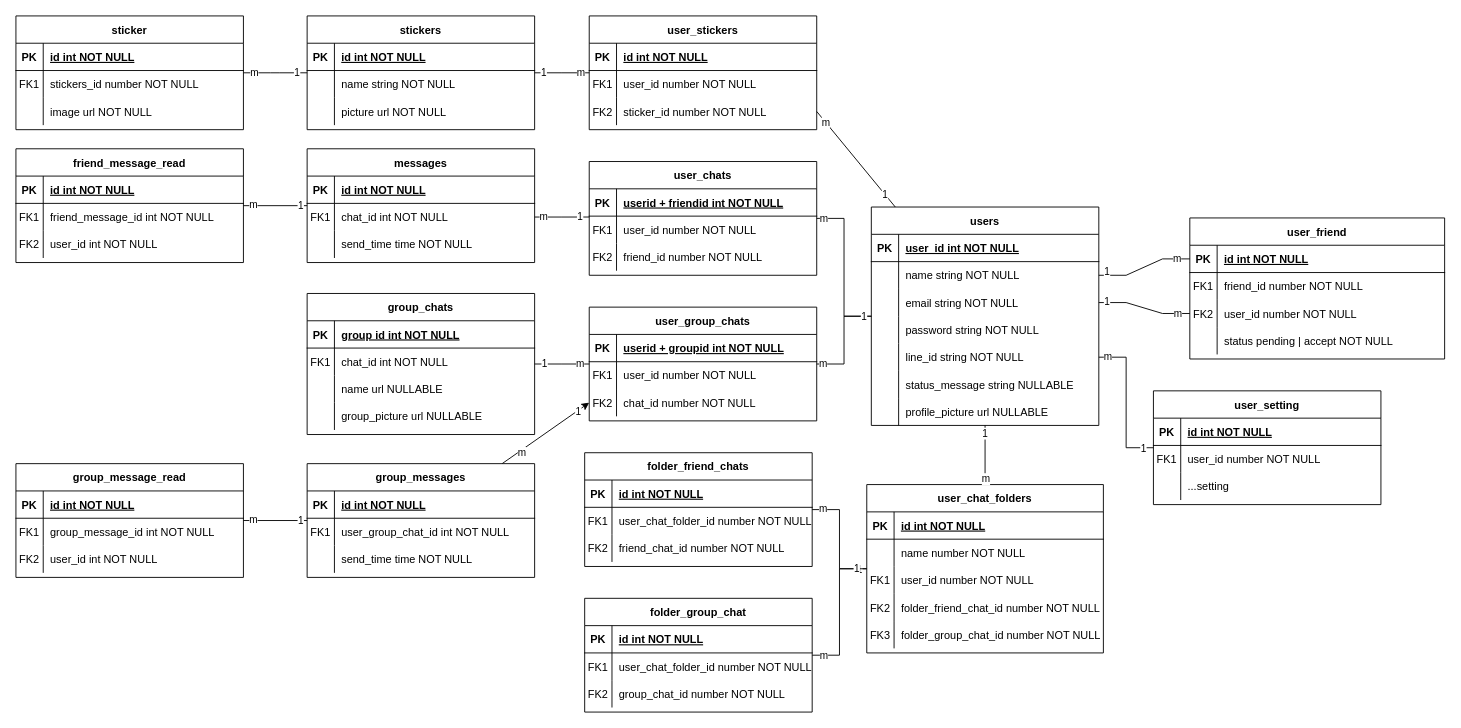
Before: diagram/ER_diagram.drawio in MeowKyWay/LINE-Clone, a draw.io diagram. Source tidied: cells renumbered, new cells numbered last; positions are measured from the earlier drawing's top-left corner, leaving out a move shared by most shapes. Both pictures are drawn from the tidied source at 91%, with x=0, y=0 at pixel (15, 15).
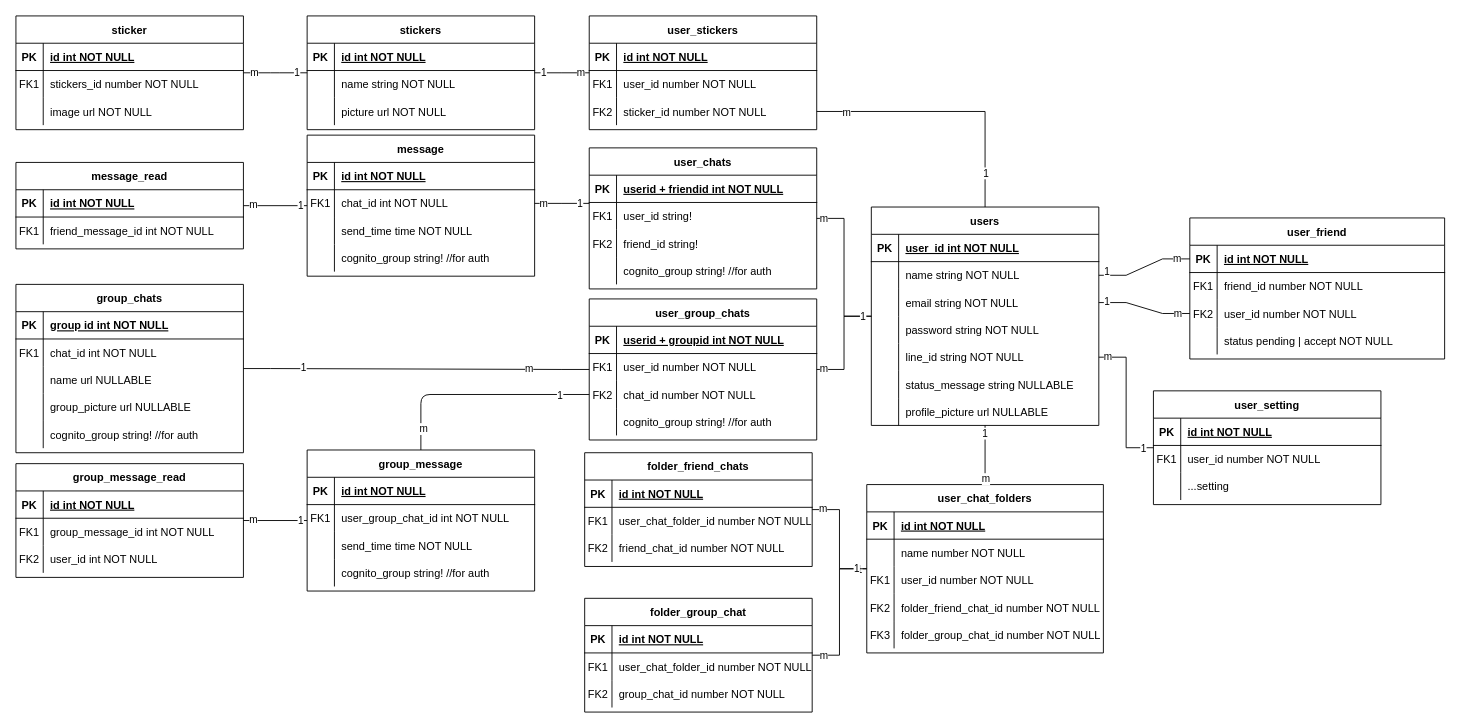
The same page after the edit.

The change refers to these unchanged cells:
```xml
<mxCell id="12" value="users" style="shape=table;startSize=30;childLayout=tableLayout;rowLines=0;fontStyle=1;align=center;" parent="1" vertex="1">
  <mxGeometry x="940" y="210" width="250" height="240" as="geometry" />
</mxCell>
<mxCell id="38" style="shape=partialRectangle;fillColor=none;points=[[0,0.5],[1,0.5]];portConstraint=eastwest;top=0;left=0;right=0;bottom=0;" parent="34" vertex="1">
  <mxGeometry y="60" width="250" height="30" as="geometry" />
</mxCell>
<mxCell id="41" style="shape=partialRectangle;fillColor=none;top=0;left=0;right=0;bottom=0;" parent="34" vertex="1">
  <mxGeometry y="90" width="250" height="30" as="geometry" />
</mxCell>
<mxCell id="53" style="shape=partialRectangle;fillColor=none;points=[[0,0.5],[1,0.5]];portConstraint=eastwest;top=0;left=0;right=0;bottom=0;" parent="46" vertex="1">
  <mxGeometry y="90" width="250" height="30" as="geometry" />
</mxCell>
<mxCell id="192" style="shape=partialRectangle;fillColor=none;points=[[0,0.5],[1,0.5]];portConstraint=eastwest;top=0;left=0;right=0;bottom=0;" parent="185" vertex="1">
  <mxGeometry y="90" width="250" height="30" as="geometry" />
</mxCell>
```

Change to the diagram source:
```diff
@@
-    <mxCell id="2" value="messages" style="shape=table;startSize=30;childLayout=tableLayout;rowLines=0;fontStyle=1;align=center;" parent="1" vertex="1">
-      <mxGeometry x="320" y="146" width="250" height="125" as="geometry" />
+    <mxCell id="2" value="message" style="shape=table;startSize=30;childLayout=tableLayout;rowLines=0;fontStyle=1;align=center;" parent="1" vertex="1">
+      <mxGeometry x="320" y="131" width="250" height="155" as="geometry" />
     </mxCell>
@@
+    <mxCell id="233" style="shape=partialRectangle;fillColor=none;top=0;left=0;right=0;bottom=0;" parent="2" vertex="1">
+      <mxGeometry y="120" width="250" height="30" as="geometry" />
+    </mxCell>
+    <mxCell id="234" style="shape=partialRectangle;overflow=hidden;fillColor=none;top=0;left=0;bottom=0;right=0;" parent="233" vertex="1">
+      <mxGeometry width="30" height="30" as="geometry" />
+    </mxCell>
+    <mxCell id="235" value="cognito_group string! //for auth" style="shape=partialRectangle;overflow=hidden;fillColor=none;top=0;left=0;bottom=0;right=0;align=left;spacingLeft=6;" parent="233" vertex="1">
+      <mxGeometry x="30" width="220" height="30" as="geometry" />
+    </mxCell>
@@
     <mxCell id="34" value="user_chats" style="shape=table;startSize=30;childLayout=tableLayout;rowLines=0;fontStyle=1;align=center;" parent="1" vertex="1">
-      <mxGeometry x="630" y="160" width="250" height="125" as="geometry" />
+      <mxGeometry x="630" y="145" width="250" height="155" as="geometry" />
     </mxCell>
@@
-    <mxCell id="40" value="user_id number NOT NULL" style="shape=partialRectangle;overflow=hidden;fillColor=none;top=0;left=0;bottom=0;right=0;align=left;spacingLeft=6;" parent="38" vertex="1">
+    <mxCell id="40" value="user_id string!" style="shape=partialRectangle;overflow=hidden;fillColor=none;top=0;left=0;bottom=0;right=0;align=left;spacingLeft=6;" parent="38" vertex="1">
       <mxGeometry x="30" width="220" height="30" as="geometry" />
     </mxCell>
@@
-    <mxCell id="43" value="friend_id number NOT NULL" style="shape=partialRectangle;overflow=hidden;fillColor=none;top=0;left=0;bottom=0;right=0;align=left;spacingLeft=6;" parent="41" vertex="1">
+    <mxCell id="43" value="friend_id string!" style="shape=partialRectangle;overflow=hidden;fillColor=none;top=0;left=0;bottom=0;right=0;align=left;spacingLeft=6;" parent="41" vertex="1">
       <mxGeometry x="30" width="220" height="30" as="geometry" />
     </mxCell>
+    <mxCell id="236" style="shape=partialRectangle;fillColor=none;top=0;left=0;right=0;bottom=0;" parent="34" vertex="1">
+      <mxGeometry y="120" width="250" height="30" as="geometry" />
+    </mxCell>
+    <mxCell id="237" style="shape=partialRectangle;overflow=hidden;fillColor=none;top=0;left=0;bottom=0;right=0;" parent="236" vertex="1">
+      <mxGeometry width="30" height="30" as="geometry" />
+    </mxCell>
+    <mxCell id="238" value="cognito_group string! //for auth" style="shape=partialRectangle;overflow=hidden;fillColor=none;top=0;left=0;bottom=0;right=0;align=left;spacingLeft=6;" parent="236" vertex="1">
+      <mxGeometry x="30" width="220" height="30" as="geometry" />
+    </mxCell>
@@
     <mxCell id="46" value="user_group_chats" style="shape=table;startSize=30;childLayout=tableLayout;rowLines=0;fontStyle=1;align=center;" parent="1" vertex="1">
-      <mxGeometry x="630" y="320" width="250" height="125" as="geometry" />
+      <mxGeometry x="630" y="311" width="250" height="155" as="geometry" />
     </mxCell>
@@
+    <mxCell id="239" style="shape=partialRectangle;fillColor=none;top=0;left=0;right=0;bottom=0;" parent="46" vertex="1">
+      <mxGeometry y="120" width="250" height="30" as="geometry" />
+    </mxCell>
+    <mxCell id="240" style="shape=partialRectangle;overflow=hidden;fillColor=none;top=0;left=0;bottom=0;right=0;" parent="239" vertex="1">
+      <mxGeometry width="30" height="30" as="geometry" />
+    </mxCell>
+    <mxCell id="241" value="cognito_group string! //for auth" style="shape=partialRectangle;overflow=hidden;fillColor=none;top=0;left=0;bottom=0;right=0;align=left;spacingLeft=6;" parent="239" vertex="1">
+      <mxGeometry x="30" width="220" height="30" as="geometry" />
+    </mxCell>
@@
     <mxCell id="59" value="group_chats" style="shape=table;startSize=30;childLayout=tableLayout;rowLines=0;fontStyle=1;align=center;" parent="1" vertex="1">
-      <mxGeometry x="320" y="305" width="250" height="155" as="geometry" />
+      <mxGeometry y="295" width="250" height="185" as="geometry" />
     </mxCell>
@@
+    <mxCell id="242" style="shape=partialRectangle;fillColor=none;top=0;left=0;right=0;bottom=0;" parent="59" vertex="1">
+      <mxGeometry y="150" width="250" height="30" as="geometry" />
+    </mxCell>
+    <mxCell id="243" style="shape=partialRectangle;overflow=hidden;fillColor=none;top=0;left=0;bottom=0;right=0;" parent="242" vertex="1">
+      <mxGeometry width="30" height="30" as="geometry" />
+    </mxCell>
+    <mxCell id="244" value="cognito_group string! //for auth" style="shape=partialRectangle;overflow=hidden;fillColor=none;top=0;left=0;bottom=0;right=0;align=left;spacingLeft=6;" parent="242" vertex="1">
+      <mxGeometry x="30" width="220" height="30" as="geometry" />
+    </mxCell>
-    <mxCell id="72" style="edgeStyle=none;html=1;entryX=0;entryY=0.5;entryDx=0;entryDy=0;" parent="1" edge="1" source="75" target="53">
-      <mxGeometry relative="1" as="geometry" />
+    <mxCell id="72" style="edgeStyle=none;html=1;entryX=0;entryY=0.5;entryDx=0;entryDy=0;endArrow=none;endFill=0;" parent="1" edge="1" source="75" target="53">
+      <mxGeometry relative="1" as="geometry">
+        <Array as="points">
+          <mxPoint x="445" y="416" />
+        </Array>
+      </mxGeometry>
     </mxCell>
     <mxCell id="73" value="m" style="edgeLabel;html=1;align=center;verticalAlign=middle;" parent="72" vertex="1">
-      <mxGeometry x="-0.59" y="-2" relative="1" as="geometry" />
+      <mxGeometry x="-0.59" y="-2" relative="1" as="geometry">
+        <mxPoint y="26" as="offset" />
+      </mxGeometry>
     </mxCell>
@@
-    <mxCell id="75" value="group_messages" style="shape=table;startSize=30;childLayout=tableLayout;rowLines=0;fontStyle=1;align=center;" parent="1" vertex="1">
-      <mxGeometry x="320" y="492" width="250" height="125" as="geometry" />
+    <mxCell id="75" value="group_message" style="shape=table;startSize=30;childLayout=tableLayout;rowLines=0;fontStyle=1;align=center;" parent="1" vertex="1">
+      <mxGeometry x="320" y="477" width="250" height="155" as="geometry" />
     </mxCell>
@@
+    <mxCell id="245" style="shape=partialRectangle;fillColor=none;top=0;left=0;right=0;bottom=0;" parent="75" vertex="1">
+      <mxGeometry y="120" width="250" height="30" as="geometry" />
+    </mxCell>
+    <mxCell id="246" style="shape=partialRectangle;overflow=hidden;fillColor=none;top=0;left=0;bottom=0;right=0;" parent="245" vertex="1">
+      <mxGeometry width="30" height="30" as="geometry" />
+    </mxCell>
+    <mxCell id="247" value="cognito_group string! //for auth" style="shape=partialRectangle;overflow=hidden;fillColor=none;top=0;left=0;bottom=0;right=0;align=left;spacingLeft=6;" parent="245" vertex="1">
+      <mxGeometry x="30" width="220" height="30" as="geometry" />
+    </mxCell>
@@
-    <mxCell id="146" value="friend_message_read" style="shape=table;startSize=30;childLayout=tableLayout;rowLines=0;fontStyle=1;align=center;" parent="1" vertex="1">
-      <mxGeometry y="146" width="250" height="125" as="geometry" />
+    <mxCell id="146" value="message_read" style="shape=table;startSize=30;childLayout=tableLayout;rowLines=0;fontStyle=1;align=center;" parent="1" vertex="1">
+      <mxGeometry y="161" width="250" height="95" as="geometry" />
     </mxCell>
@@
-    <mxCell id="153" style="shape=partialRectangle;fillColor=none;top=0;left=0;right=0;bottom=0;" parent="146" vertex="1">
-      <mxGeometry y="90" width="250" height="30" as="geometry" />
-    </mxCell>
-    <mxCell id="154" value="FK2" style="shape=partialRectangle;overflow=hidden;fillColor=none;top=0;left=0;bottom=0;right=0;" parent="153" vertex="1">
-      <mxGeometry width="30" height="30" as="geometry" />
-    </mxCell>
-    <mxCell id="155" value="user_id int NOT NULL" style="shape=partialRectangle;overflow=hidden;fillColor=none;top=0;left=0;bottom=0;right=0;align=left;spacingLeft=6;" parent="153" vertex="1">
-      <mxGeometry x="30" width="220" height="30" as="geometry" />
-    </mxCell>
@@
     <mxCell id="215" style="endArrow=none;html=1;rounded=0;entryX=1;entryY=0.5;entryDx=0;entryDy=0;" parent="1" edge="1" source="12" target="192">
-      <mxGeometry relative="1" as="geometry" />
+      <mxGeometry relative="1" as="geometry">
+        <Array as="points">
+          <mxPoint x="1065" y="105" />
+        </Array>
+      </mxGeometry>
     </mxCell>
```
